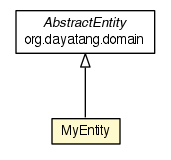
Earlier version of the Graphviz export dddlib-spring-test/testapidocs/org/dayatang/springtest/domain/MyEntity.png (dayatang/dddlib). Its source is kept beside it as dddlib-spring-test/testapidocs/org/dayatang/springtest/domain/MyEntity.dot. Its diagram source:
```dot

digraph G {
	edge [fontname="Helvetica",fontsize=10,labelfontname="Helvetica",labelfontsize=10];
	node [fontname="Helvetica",fontsize=10,shape=plaintext];
	nodesep=0.25;
	ranksep=0.5;
	c76 [label=<<table title="org.dayatang.springtest.domain.MyEntity" border="0" cellborder="1" cellspacing="0" cellpadding="2" port="p" bgcolor="lemonChiffon" href="./MyEntity.html">
		<tr><td><table border="0" cellspacing="0" cellpadding="1">
<tr><td align="center" balign="center"> MyEntity </td></tr>
		</table></td></tr>
		</table>>, URL="./MyEntity.html", fontname="Helvetica", fontcolor="black", fontsize=10.0];
	c87:p -> c76:p [dir=back,arrowtail=empty];
	c87 [label=<<table title="org.dayatang.domain.AbstractEntity" border="0" cellborder="1" cellspacing="0" cellpadding="2" port="p" href="http://java.sun.com/j2se/1.4.2/docs/api/org/dayatang/domain/AbstractEntity.html">
		<tr><td><table border="0" cellspacing="0" cellpadding="1">
<tr><td align="center" balign="center"><font face="Helvetica-Oblique"> AbstractEntity </font></td></tr>
<tr><td align="center" balign="center"> org.dayatang.domain </td></tr>
		</table></td></tr>
		</table>>, URL="http://java.sun.com/j2se/1.4.2/docs/api/org/dayatang/domain/AbstractEntity.html", fontname="Helvetica", fontcolor="black", fontsize=10.0];
}
```
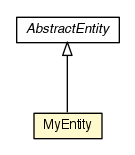
Later version of the same file.

Diff of the diagram source:
```diff
@@ -4,16 +4,15 @@
 	node [fontname="Helvetica",fontsize=10,shape=plaintext];
 	nodesep=0.25;
 	ranksep=0.5;
-	c76 [label=<<table title="org.dayatang.springtest.domain.MyEntity" border="0" cellborder="1" cellspacing="0" cellpadding="2" port="p" bgcolor="lemonChiffon" href="./MyEntity.html">
+	c70 [label=<<table title="org.dayatang.springtest.domain.MyEntity" border="0" cellborder="1" cellspacing="0" cellpadding="2" port="p" bgcolor="lemonChiffon" href="./MyEntity.html">
 		<tr><td><table border="0" cellspacing="0" cellpadding="1">
 <tr><td align="center" balign="center"> MyEntity </td></tr>
 		</table></td></tr>
 		</table>>, URL="./MyEntity.html", fontname="Helvetica", fontcolor="black", fontsize=10.0];
-	c87:p -> c76:p [dir=back,arrowtail=empty];
-	c87 [label=<<table title="org.dayatang.domain.AbstractEntity" border="0" cellborder="1" cellspacing="0" cellpadding="2" port="p" href="http://java.sun.com/j2se/1.4.2/docs/api/org/dayatang/domain/AbstractEntity.html">
+	c76:p -> c70:p [dir=back,arrowtail=empty];
+	c76 [label=<<table title="org.dayatang.domain.AbstractEntity" border="0" cellborder="1" cellspacing="0" cellpadding="2" port="p">
 		<tr><td><table border="0" cellspacing="0" cellpadding="1">
 <tr><td align="center" balign="center"><font face="Helvetica-Oblique"> AbstractEntity </font></td></tr>
-<tr><td align="center" balign="center"> org.dayatang.domain </td></tr>
 		</table></td></tr>
-		</table>>, URL="http://java.sun.com/j2se/1.4.2/docs/api/org/dayatang/domain/AbstractEntity.html", fontname="Helvetica", fontcolor="black", fontsize=10.0];
+		</table>>, URL="null", fontname="Helvetica", fontcolor="black", fontsize=10.0];
 }
```
